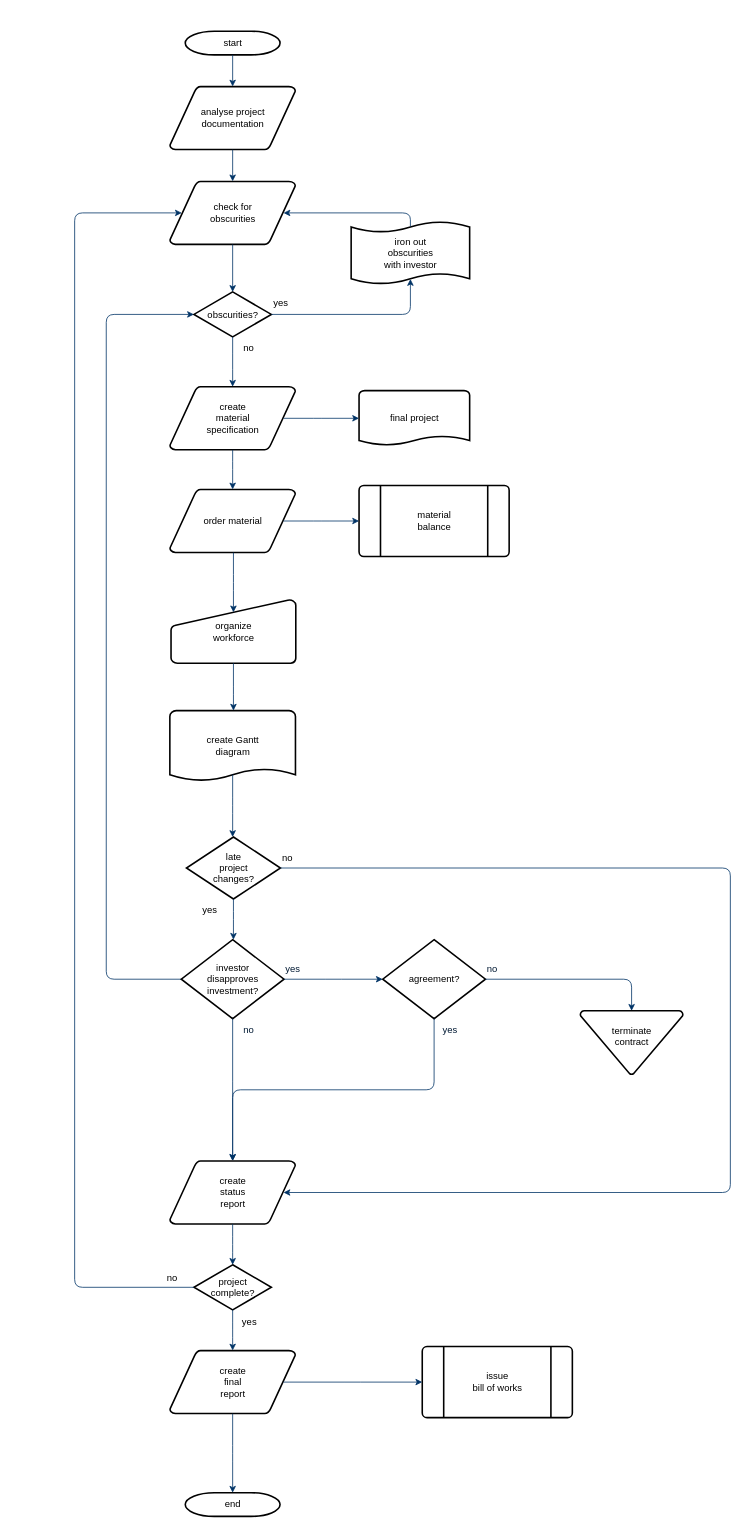
Above: Malaysian Tax Input Program.drawio in naiseman/SQIT3073 (draw.io), before the change. Source tidied: cells renumbered, new cells numbered last; positions are measured from the earlier drawing's top-left corner, leaving out a move shared by most shapes. Both pictures are drawn from the tidied source at 79%, with x=0, y=0 at pixel (74, 31).
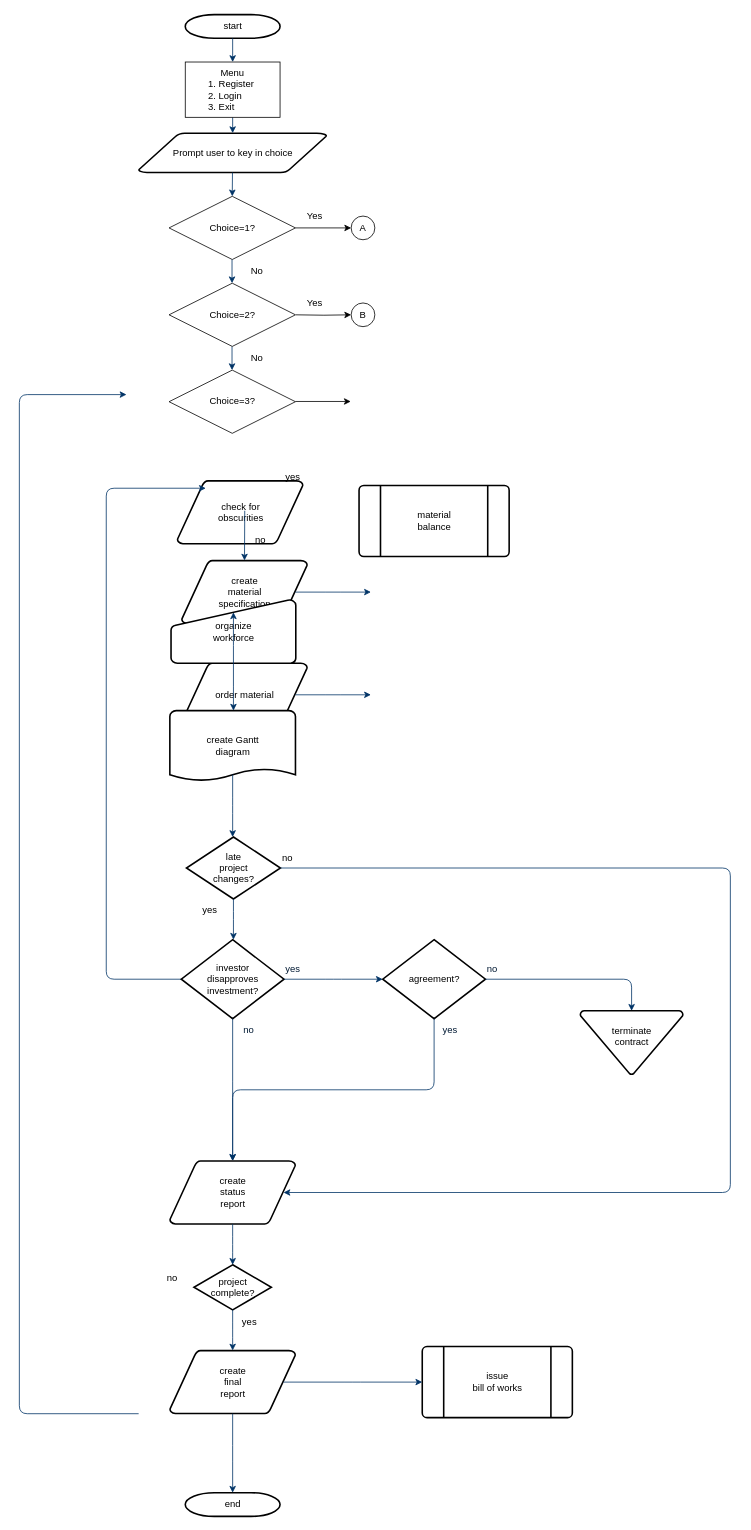
Above is the later version.

Unchanged cells that the change refers to:
```xml
<mxCell id="18" value="material&#10;balance" style="shape=mxgraph.flowchart.predefined_process;strokeWidth=2;gradientColor=none;gradientDirection=north;fontStyle=0;html=1;" parent="1" vertex="1">
  <mxGeometry x="360" y="575" width="190" height="90" as="geometry" />
</mxCell>
<mxCell id="28" value="investor&#10;disapproves&#10; investment?" style="shape=mxgraph.flowchart.decision;strokeWidth=2;gradientColor=none;gradientDirection=north;fontStyle=0;html=1;" parent="1" vertex="1">
  <mxGeometry x="135" y="1150" width="130" height="100" as="geometry" />
</mxCell>
<mxCell id="37" value="project&#10;complete?" style="shape=mxgraph.flowchart.decision;strokeWidth=2;gradientColor=none;gradientDirection=north;fontStyle=0;html=1;" parent="1" vertex="1">
  <mxGeometry x="151" y="1561.5" width="98" height="57" as="geometry" />
</mxCell>
```

Diff of the diagram source:
```diff
@@
     <mxCell id="2" value="start" style="shape=mxgraph.flowchart.terminator;strokeWidth=2;gradientColor=none;gradientDirection=north;fontStyle=0;html=1;" parent="1" vertex="1">
-      <mxGeometry x="140" width="120" height="30" as="geometry" />
+      <mxGeometry x="140" y="-21" width="120" height="30" as="geometry" />
     </mxCell>
-    <mxCell id="3" value="analyse project&#10; documentation" style="shape=mxgraph.flowchart.data;strokeWidth=2;gradientColor=none;gradientDirection=north;fontStyle=0;html=1;" parent="1" vertex="1">
-      <mxGeometry x="120.5" y="70" width="159" height="80" as="geometry" />
+    <mxCell id="3" value="Prompt user to key in choice" style="shape=mxgraph.flowchart.data;strokeWidth=2;gradientColor=none;gradientDirection=north;fontStyle=0;html=1;" parent="1" vertex="1">
+      <mxGeometry x="81" y="129" width="238" height="50" as="geometry" />
     </mxCell>
     <mxCell id="4" value="create&#10;material&#10;specification" style="shape=mxgraph.flowchart.data;strokeWidth=2;gradientColor=none;gradientDirection=north;fontStyle=0;html=1;" parent="1" vertex="1">
-      <mxGeometry x="120.5" y="450" width="159" height="80" as="geometry" />
+      <mxGeometry x="135.5" y="670" width="159" height="80" as="geometry" />
     </mxCell>
     <mxCell id="5" value="check for&#10;obscurities" style="shape=mxgraph.flowchart.data;strokeWidth=2;gradientColor=none;gradientDirection=north;fontStyle=0;html=1;" parent="1" vertex="1">
-      <mxGeometry x="120.5" y="190" width="159" height="80" as="geometry" />
+      <mxGeometry x="130" y="569" width="159" height="80" as="geometry" />
     </mxCell>
-    <mxCell id="6" value="obscurities?" style="shape=mxgraph.flowchart.decision;strokeWidth=2;gradientColor=none;gradientDirection=north;fontStyle=0;html=1;" parent="1" vertex="1">
-      <mxGeometry x="151" y="330" width="98" height="57" as="geometry" />
-    </mxCell>
-    <mxCell id="7" style="fontStyle=1;strokeColor=#003366;strokeWidth=1;html=1;" parent="1" edge="1" source="2" target="3">
+    <mxCell id="7" style="fontStyle=1;strokeColor=#003366;strokeWidth=1;html=1;" parent="1" edge="1" source="57" target="3">
       <mxGeometry relative="1" as="geometry" />
     </mxCell>
-    <mxCell id="8" style="fontStyle=1;strokeColor=#003366;strokeWidth=1;html=1;" parent="1" edge="1" source="3" target="5">
+    <mxCell id="8" style="fontStyle=1;strokeColor=#003366;strokeWidth=1;html=1;entryX=0.5;entryY=0;entryDx=0;entryDy=0;" parent="1" edge="1" source="3" target="59">
       <mxGeometry relative="1" as="geometry" />
     </mxCell>
-    <mxCell id="9" style="entryX=0.5;entryY=0;entryPerimeter=0;fontStyle=1;strokeColor=#003366;strokeWidth=1;html=1;" parent="1" edge="1" source="5" target="6">
-      <mxGeometry relative="1" as="geometry" />
-    </mxCell>
-    <mxCell id="10" style="edgeStyle=elbowEdgeStyle;elbow=horizontal;entryX=0.5;entryY=0.91;entryPerimeter=0;exitX=1;exitY=0.5;exitPerimeter=0;fontStyle=1;strokeColor=#003366;strokeWidth=1;html=1;" parent="1" edge="1" source="6" target="51">
-      <mxGeometry x="381" y="28.5" as="geometry">
-        <Array as="points">
-          <mxPoint x="425" y="340" />
-        </Array>
-      </mxGeometry>
-    </mxCell>
     <mxCell id="11" value="yes" style="text;fontStyle=0;html=1;strokeColor=none;gradientColor=none;fillColor=none;strokeWidth=2;" parent="1" vertex="1">
-      <mxGeometry x="250" y="330" width="40" height="26" as="geometry" />
+      <mxGeometry x="265" y="550" width="40" height="26" as="geometry" />
     </mxCell>
-    <mxCell id="12" style="edgeStyle=elbowEdgeStyle;elbow=horizontal;fontColor=#001933;fontStyle=1;strokeColor=#003366;strokeWidth=1;html=1;" parent="1" edge="1" source="6" target="4">
-      <mxGeometry as="geometry" />
+    <mxCell id="12" style="edgeStyle=elbowEdgeStyle;elbow=horizontal;fontColor=#001933;fontStyle=1;strokeColor=#003366;strokeWidth=1;html=1;" parent="1" edge="1" target="4">
+      <mxGeometry as="geometry">
+        <mxPoint x="215.3" y="607" as="sourcePoint" />
+      </mxGeometry>
     </mxCell>
     <mxCell id="13" value="order material" style="shape=mxgraph.flowchart.data;strokeWidth=2;gradientColor=none;gradientDirection=north;fontStyle=0;html=1;" parent="1" vertex="1">
-      <mxGeometry x="120.5" y="580" width="159" height="80" as="geometry" />
+      <mxGeometry x="135.5" y="800" width="159" height="80" as="geometry" />
     </mxCell>
     <mxCell id="14" value="no" style="text;fontStyle=0;html=1;strokeColor=none;gradientColor=none;fillColor=none;strokeWidth=2;align=center;" parent="1" vertex="1">
-      <mxGeometry x="200" y="387" width="40" height="26" as="geometry" />
+      <mxGeometry x="215" y="630" width="40" height="3" as="geometry" />
     </mxCell>
-    <mxCell id="15" value="final project" style="shape=mxgraph.flowchart.document;strokeWidth=2;gradientColor=none;gradientDirection=north;fontStyle=0;html=1;" parent="1" vertex="1">
-      <mxGeometry x="360" y="455" width="140" height="70" as="geometry" />
-    </mxCell>
-    <mxCell id="16" style="edgeStyle=elbowEdgeStyle;elbow=horizontal;exitX=0.905;exitY=0.5;exitPerimeter=0;fontStyle=1;strokeColor=#003366;strokeWidth=1;html=1;" parent="1" edge="1" source="4" target="15">
-      <mxGeometry as="geometry" />
+    <mxCell id="16" style="edgeStyle=elbowEdgeStyle;elbow=horizontal;exitX=0.905;exitY=0.5;exitPerimeter=0;fontStyle=1;strokeColor=#003366;strokeWidth=1;html=1;" parent="1" edge="1" source="4">
+      <mxGeometry as="geometry">
+        <mxPoint x="375" y="710" as="targetPoint" />
+      </mxGeometry>
     </mxCell>
@@
-    <mxCell id="19" style="edgeStyle=elbowEdgeStyle;elbow=horizontal;exitX=0.905;exitY=0.5;exitPerimeter=0;fontStyle=1;strokeColor=#003366;strokeWidth=1;html=1;" parent="1" edge="1" source="13" target="18">
-      <mxGeometry as="geometry" />
+    <mxCell id="19" style="edgeStyle=elbowEdgeStyle;elbow=horizontal;exitX=0.905;exitY=0.5;exitPerimeter=0;fontStyle=1;strokeColor=#003366;strokeWidth=1;html=1;" parent="1" edge="1" source="13">
+      <mxGeometry as="geometry">
+        <mxPoint x="375" y="840" as="targetPoint" />
+      </mxGeometry>
     </mxCell>
@@
-    <mxCell id="26" style="edgeStyle=elbowEdgeStyle;elbow=horizontal;exitX=0;exitY=0.5;exitPerimeter=0;entryX=0;entryY=0.5;entryPerimeter=0;fontStyle=1;strokeColor=#003366;strokeWidth=1;html=1;" parent="1" edge="1" source="28" target="6">
+    <mxCell id="26" style="edgeStyle=elbowEdgeStyle;elbow=horizontal;exitX=0;exitY=0.5;exitPerimeter=0;entryX=0;entryY=0.5;entryPerimeter=0;fontStyle=1;strokeColor=#003366;strokeWidth=1;html=1;" parent="1" edge="1" source="28">
       <mxGeometry as="geometry">
+        <mxPoint x="166" y="578.5" as="targetPoint" />
         <Array as="points">
           <mxPoint x="40" y="790" />
         </Array>
       </mxGeometry>
     </mxCell>
@@
-    <mxCell id="51" value="iron out&#10;obscurities &#10;with investor" style="shape=mxgraph.flowchart.paper_tape;strokeWidth=2;gradientColor=none;gradientDirection=north;fontStyle=0;html=1;" parent="1" vertex="1">
-      <mxGeometry x="350" y="240" width="150" height="81" as="geometry" />
-    </mxCell>
-    <mxCell id="52" style="edgeStyle=elbowEdgeStyle;elbow=horizontal;exitX=0.5;exitY=0.09;exitPerimeter=0;entryX=0.905;entryY=0.5;entryPerimeter=0;fontStyle=1;strokeColor=#003366;strokeWidth=1;html=1;" parent="1" edge="1" source="51" target="5">
-      <mxGeometry as="geometry">
-        <Array as="points">
-          <mxPoint x="425" y="240" />
-        </Array>
-      </mxGeometry>
-    </mxCell>
@@
-    <mxCell id="54" style="edgeStyle=elbowEdgeStyle;elbow=horizontal;exitX=0;exitY=0.5;exitPerimeter=0;entryX=0.095;entryY=0.5;entryPerimeter=0;fontStyle=1;strokeColor=#003366;strokeWidth=1;html=1;" parent="1" edge="1" source="37" target="5">
+    <mxCell id="54" style="edgeStyle=elbowEdgeStyle;elbow=horizontal;exitX=0;exitY=0.5;exitPerimeter=0;entryX=0.095;entryY=0.5;entryPerimeter=0;fontStyle=1;strokeColor=#003366;strokeWidth=1;html=1;" parent="1" edge="1">
       <mxGeometry as="geometry">
+        <mxPoint x="81" y="1750" as="sourcePoint" />
+        <mxPoint x="65.6" y="460" as="targetPoint" />
         <Array as="points">
-          <mxPoint y="910" />
+          <mxPoint x="-70" y="1070" />
         </Array>
       </mxGeometry>
     </mxCell>
@@
+    <mxCell id="56" style="fontStyle=1;strokeColor=#003366;strokeWidth=1;html=1;" parent="1" edge="1" source="2" target="57">
+      <mxGeometry relative="1" as="geometry" />
+    </mxCell>
+    <mxCell id="57" value="Menu&lt;div&gt;1. Register&amp;nbsp;&lt;/div&gt;&lt;div style=&quot;text-align: left;&quot;&gt;2. Login&lt;/div&gt;&lt;div style=&quot;text-align: left;&quot;&gt;3. Exit&lt;/div&gt;" style="rounded=0;whiteSpace=wrap;html=1;align=center;" parent="1" vertex="1">
+      <mxGeometry x="140" y="39" width="120" height="70" as="geometry" />
+    </mxCell>
+    <mxCell id="58" style="edgeStyle=orthogonalEdgeStyle;rounded=0;jettySize=auto;html=1;" parent="1" edge="1" source="59" target="60">
+      <mxGeometry relative="1" as="geometry" />
+    </mxCell>
+    <mxCell id="59" value="Choice=1?" style="rhombus;whiteSpace=wrap;html=1;" parent="1" vertex="1">
+      <mxGeometry x="119.5" y="209" width="160" height="80" as="geometry" />
+    </mxCell>
+    <mxCell id="60" value="A" style="ellipse;whiteSpace=wrap;html=1;" parent="1" vertex="1">
+      <mxGeometry x="350" y="234" width="30" height="30" as="geometry" />
+    </mxCell>
+    <mxCell id="61" value="Yes" style="text;html=1;align=center;verticalAlign=middle;whiteSpace=wrap;rounded=0;" parent="1" vertex="1">
+      <mxGeometry x="274" y="219" width="60" height="30" as="geometry" />
+    </mxCell>
+    <mxCell id="62" value="No" style="text;html=1;align=center;verticalAlign=middle;whiteSpace=wrap;rounded=0;" parent="1" vertex="1">
+      <mxGeometry x="201" y="289" width="60" height="30" as="geometry" />
+    </mxCell>
+    <mxCell id="63" style="fontStyle=1;strokeColor=#003366;strokeWidth=1;html=1;entryX=0.5;entryY=0;entryDx=0;entryDy=0;" parent="1" edge="1">
+      <mxGeometry relative="1" as="geometry">
+        <mxPoint x="199.2" y="289" as="sourcePoint" />
+        <mxPoint x="199.2" y="319" as="targetPoint" />
+      </mxGeometry>
+    </mxCell>
+    <mxCell id="64" style="edgeStyle=orthogonalEdgeStyle;rounded=0;jettySize=auto;html=1;" parent="1" edge="1" target="65">
+      <mxGeometry relative="1" as="geometry">
+        <mxPoint x="280" y="359" as="sourcePoint" />
+      </mxGeometry>
+    </mxCell>
+    <mxCell id="65" value="B" style="ellipse;whiteSpace=wrap;html=1;" parent="1" vertex="1">
+      <mxGeometry x="350" y="344" width="30" height="30" as="geometry" />
+    </mxCell>
+    <mxCell id="66" value="Yes" style="text;html=1;align=center;verticalAlign=middle;whiteSpace=wrap;rounded=0;" parent="1" vertex="1">
+      <mxGeometry x="274" y="329" width="60" height="30" as="geometry" />
+    </mxCell>
+    <mxCell id="67" value="No" style="text;html=1;align=center;verticalAlign=middle;whiteSpace=wrap;rounded=0;" parent="1" vertex="1">
+      <mxGeometry x="201" y="399" width="60" height="30" as="geometry" />
+    </mxCell>
+    <mxCell id="68" style="fontStyle=1;strokeColor=#003366;strokeWidth=1;html=1;entryX=0.5;entryY=0;entryDx=0;entryDy=0;" parent="1" edge="1">
+      <mxGeometry relative="1" as="geometry">
+        <mxPoint x="199.2" y="399" as="sourcePoint" />
+        <mxPoint x="199.2" y="429" as="targetPoint" />
+      </mxGeometry>
+    </mxCell>
+    <mxCell id="69" value="Choice=2?" style="rhombus;whiteSpace=wrap;html=1;" parent="1" vertex="1">
+      <mxGeometry x="119.5" y="319" width="160" height="80" as="geometry" />
+    </mxCell>
+    <mxCell id="70" value="Choice=3?" style="rhombus;whiteSpace=wrap;html=1;" parent="1" vertex="1">
+      <mxGeometry x="119.5" y="429" width="160" height="80" as="geometry" />
+    </mxCell>
+    <mxCell id="71" style="edgeStyle=orthogonalEdgeStyle;rounded=0;orthogonalLoop=1;jettySize=auto;html=1;" parent="1" edge="1">
+      <mxGeometry relative="1" as="geometry">
+        <mxPoint x="279.5" y="468.7" as="sourcePoint" />
+        <mxPoint x="349.5" y="468.7" as="targetPoint" />
+      </mxGeometry>
+    </mxCell>
```
